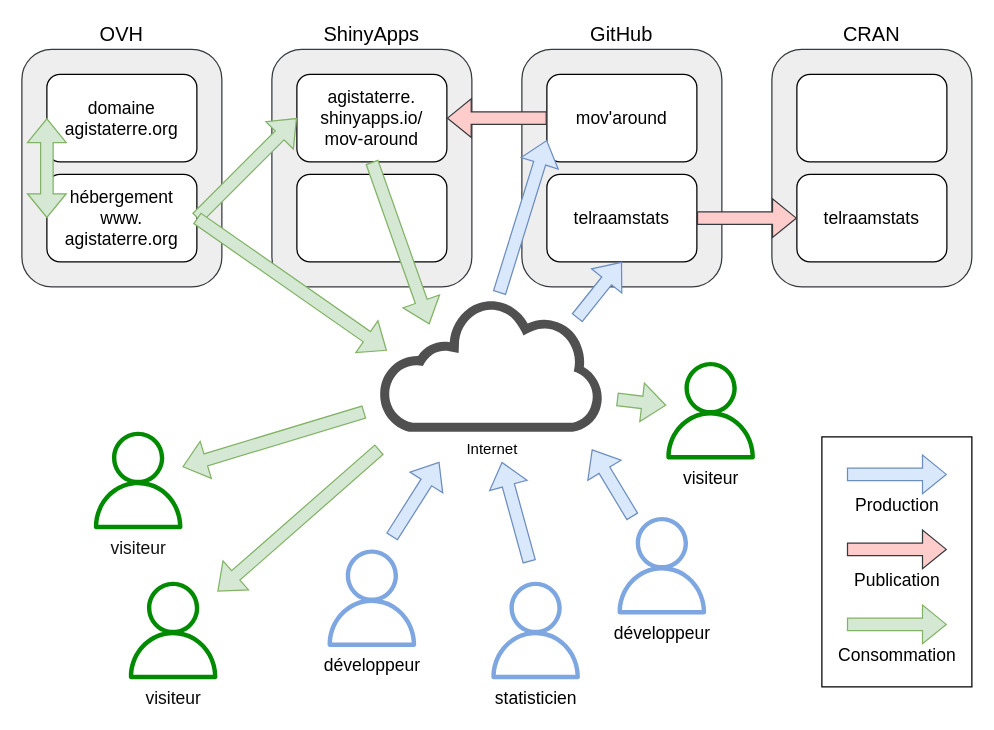
timlegrand/attarchi keeps this draw.io diagram as Diagramme sans nom.drawio. Above is the earlier version. Source tidied: cells renumbered, new cells numbered last; positions are measured from the earlier drawing's top-left corner, leaving out a move shared by most shapes. Both pictures are drawn from the tidied source at 125%, with x=0, y=0 at pixel (21, 49).
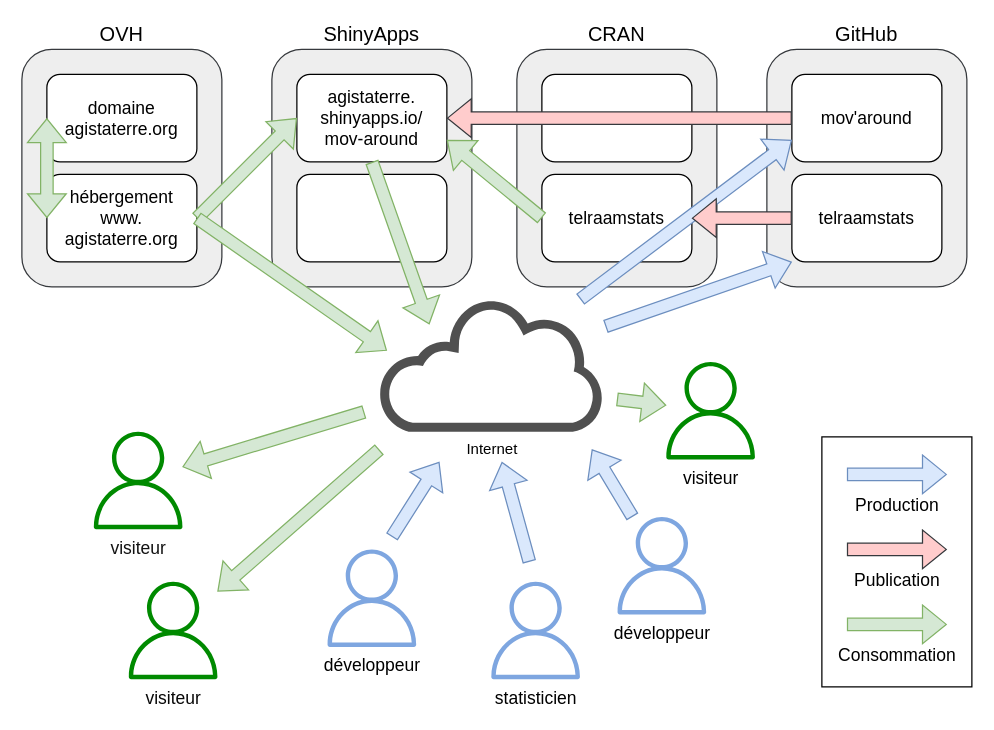
The same page after the edit.

Commit message:
Mettre à jour Diagramme sans nom.drawio

The change refers to these unchanged cells:
```xml
<mxCell id="4" value="Internet" style="sketch=0;shadow=0;dashed=0;html=1;strokeColor=none;fillColor=#505050;labelPosition=center;verticalLabelPosition=bottom;outlineConnect=0;verticalAlign=top;align=center;shape=mxgraph.office.clouds.cloud;" parent="1" vertex="1">
  <mxGeometry x="286" y="200" width="180.8" height="105.8" as="geometry" />
</mxCell>
<mxCell id="11" value="agistaterre.&lt;br&gt;shinyapps.io/&lt;br&gt;mov-around" style="rounded=1;whiteSpace=wrap;html=1;fontSize=14;" parent="1" vertex="1">
  <mxGeometry x="220" y="20" width="120" height="70" as="geometry" />
</mxCell>
```

The edit, as a diff of the source:
```diff
@@
     <mxCell id="3" value="CRAN" style="rounded=1;whiteSpace=wrap;html=1;labelPosition=center;verticalLabelPosition=top;align=center;verticalAlign=bottom;fillColor=#eeeeee;strokeColor=#36393d;fontSize=16;" parent="1" vertex="1">
-      <mxGeometry x="600" width="160" height="190" as="geometry" />
+      <mxGeometry x="396" width="160" height="190" as="geometry" />
     </mxCell>
@@
     <mxCell id="5" style="rounded=1;whiteSpace=wrap;html=1;" parent="1" vertex="1">
-      <mxGeometry x="620" y="20" width="120" height="70" as="geometry" />
+      <mxGeometry x="416" y="20" width="120" height="70" as="geometry" />
     </mxCell>
     <mxCell id="6" value="telraamstats" style="rounded=1;whiteSpace=wrap;html=1;fontSize=14;" parent="1" vertex="1">
-      <mxGeometry x="620" y="100" width="120" height="70" as="geometry" />
+      <mxGeometry x="416" y="100" width="120" height="70" as="geometry" />
     </mxCell>
     <mxCell id="7" value="GitHub" style="rounded=1;whiteSpace=wrap;html=1;labelPosition=center;verticalLabelPosition=top;align=center;verticalAlign=bottom;fillColor=#eeeeee;strokeColor=#36393d;fontSize=16;" parent="1" vertex="1">
-      <mxGeometry x="400" width="160" height="190" as="geometry" />
+      <mxGeometry x="596" width="160" height="190" as="geometry" />
     </mxCell>
     <mxCell id="8" value="mov'around" style="rounded=1;whiteSpace=wrap;html=1;fontSize=14;" parent="1" vertex="1">
-      <mxGeometry x="420" y="20" width="120" height="70" as="geometry" />
+      <mxGeometry x="616" y="20" width="120" height="70" as="geometry" />
     </mxCell>
     <mxCell id="9" value="telraamstats" style="rounded=1;whiteSpace=wrap;html=1;fontSize=14;" parent="1" vertex="1">
-      <mxGeometry x="420" y="100" width="120" height="70" as="geometry" />
+      <mxGeometry x="616" y="100" width="120" height="70" as="geometry" />
     </mxCell>
@@
-    <mxCell id="26" style="shape=flexArrow;endArrow=classic;html=1;rounded=0;fillColor=#dae8fc;strokeColor=#6c8ebf;entryX=0.5;entryY=1;entryDx=0;entryDy=0;" parent="1" edge="1" target="9">
-      <mxGeometry relative="1" as="geometry">
-        <mxPoint x="444" y="215" as="sourcePoint" />
-      </mxGeometry>
+    <mxCell id="26" style="shape=flexArrow;endArrow=classic;html=1;rounded=0;fillColor=#dae8fc;strokeColor=#6c8ebf;entryX=0;entryY=1;entryDx=0;entryDy=0;" parent="1" edge="1" source="4" target="9">
+      <mxGeometry relative="1" as="geometry" />
     </mxCell>
-    <mxCell id="27" style="shape=flexArrow;endArrow=classic;html=1;rounded=0;fillColor=#dae8fc;strokeColor=#6c8ebf;entryX=0;entryY=0.75;entryDx=0;entryDy=0;" parent="1" edge="1" target="8">
-      <mxGeometry relative="1" as="geometry">
-        <mxPoint x="382" y="195" as="sourcePoint" />
-      </mxGeometry>
+    <mxCell id="27" style="shape=flexArrow;endArrow=classic;html=1;rounded=0;fillColor=#dae8fc;strokeColor=#6c8ebf;entryX=0;entryY=0.75;entryDx=0;entryDy=0;" parent="1" edge="1" source="4" target="8">
+      <mxGeometry relative="1" as="geometry" />
     </mxCell>
@@
-    <mxCell id="35" style="shape=flexArrow;endArrow=classic;html=1;rounded=0;exitX=1;exitY=0.5;exitDx=0;exitDy=0;entryX=0;entryY=0.5;entryDx=0;entryDy=0;fillColor=#ffcccc;strokeColor=#36393d;" parent="1" edge="1" source="9" target="6">
+    <mxCell id="35" style="shape=flexArrow;endArrow=classic;html=1;rounded=0;exitX=0;exitY=0.5;exitDx=0;exitDy=0;fillColor=#ffcccc;strokeColor=#36393d;" parent="1" edge="1" source="9" target="6">
       <mxGeometry relative="1" as="geometry" />
     </mxCell>
@@
+    <mxCell id="39" style="shape=flexArrow;endArrow=classic;html=1;rounded=0;exitX=0;exitY=0.5;exitDx=0;exitDy=0;fillColor=#d5e8d4;strokeColor=#82b366;entryX=1;entryY=0.75;entryDx=0;entryDy=0;" parent="1" edge="1" source="6" target="11">
+      <mxGeometry relative="1" as="geometry" />
+    </mxCell>
```
